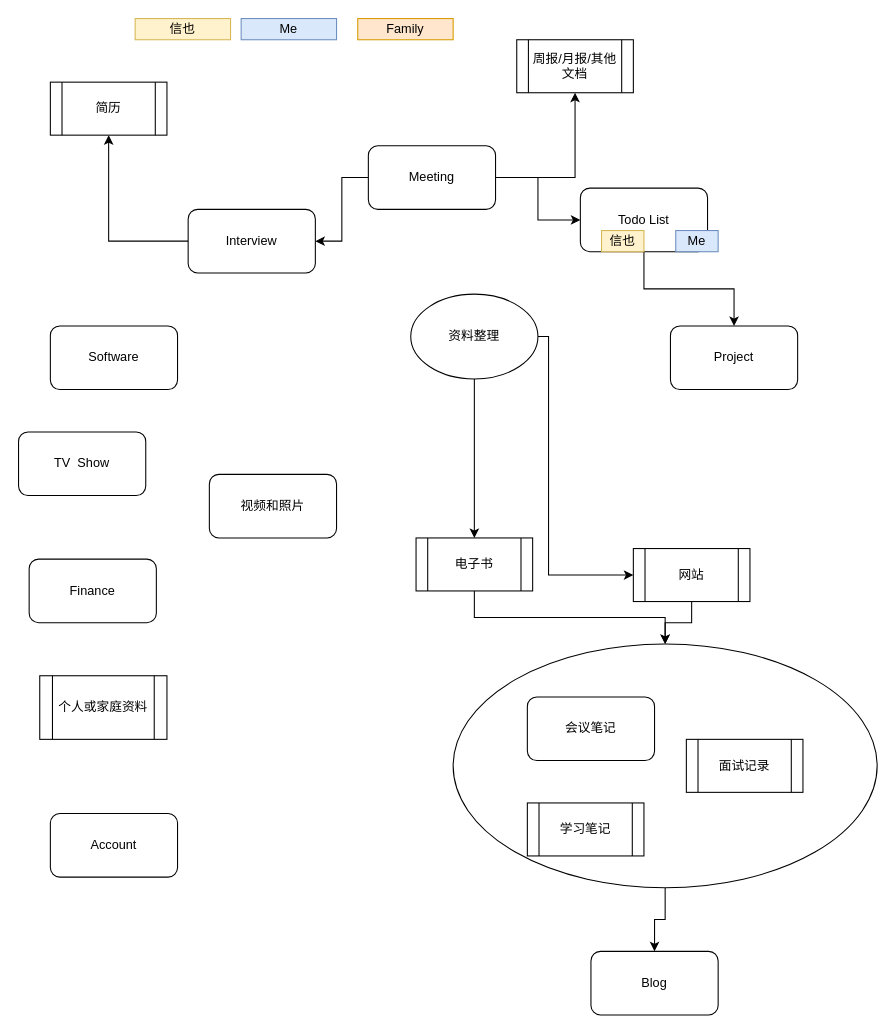
Before: page "资料" (6 of 6) of knowledge-tree.drawio in quboqin/drawio, a draw.io diagram. Source tidied: cells renumbered, new cells numbered last; positions are measured from the earlier drawing's top-left corner, leaving out a move shared by most shapes. Both pictures are drawn from the tidied source at 106%, with x=0, y=0 at pixel (18, 18).
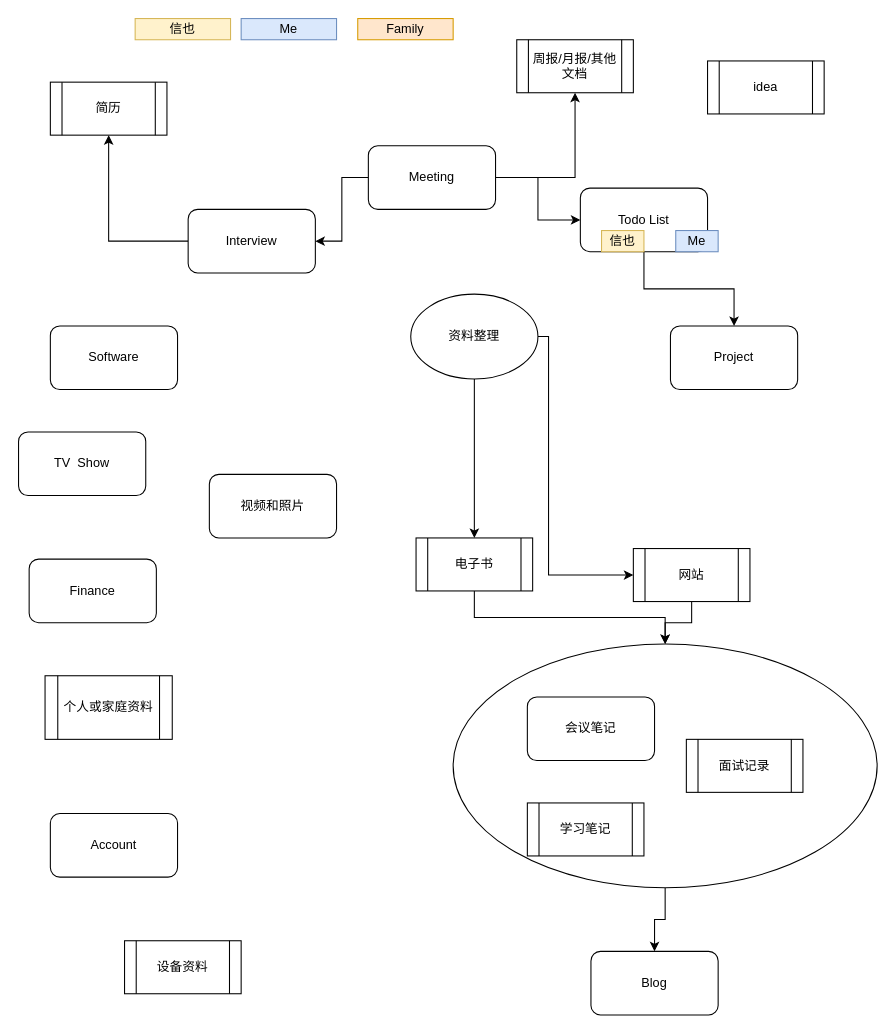
The same page after the edit.

Change to the diagram source:
```diff
@@
     <mxCell id="36" value="个人或家庭资料" style="shape=process;whiteSpace=wrap;html=1;backgroundOutline=1;" parent="1" vertex="1">
-      <mxGeometry x="20" y="620" width="120" height="60" as="geometry" />
+      <mxGeometry x="25" y="620" width="120" height="60" as="geometry" />
     </mxCell>
+    <mxCell id="37" value="设备资料" style="shape=process;whiteSpace=wrap;html=1;backgroundOutline=1;" parent="1" vertex="1">
+      <mxGeometry x="100" y="870" width="110" height="50" as="geometry" />
+    </mxCell>
+    <mxCell id="38" value="idea" style="shape=process;whiteSpace=wrap;html=1;backgroundOutline=1;" parent="1" vertex="1">
+      <mxGeometry x="650" y="40" width="110" height="50" as="geometry" />
+    </mxCell>
```
